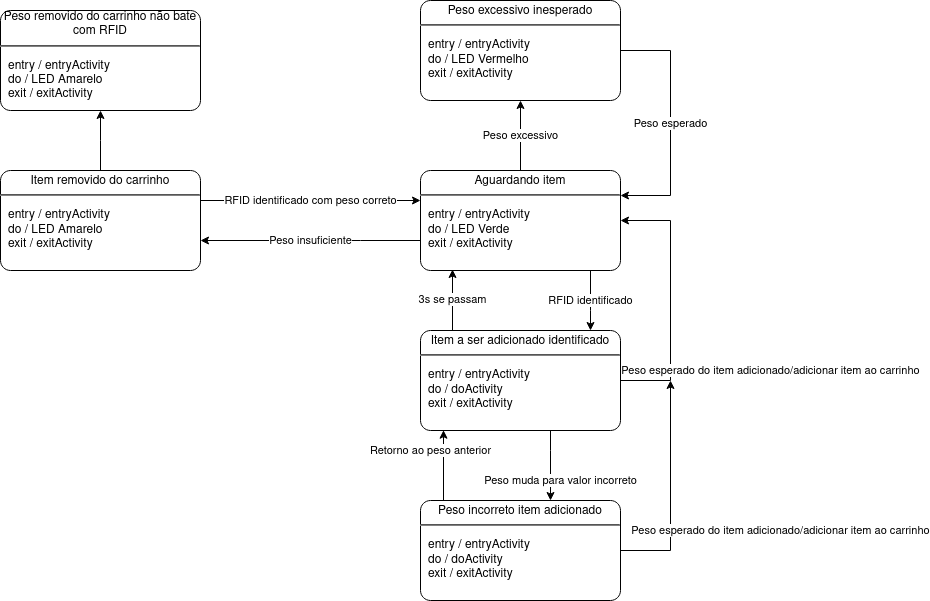
Before: diagrama carrinho gerenciamento compras.png, a diagram exported from draw.io (pedrofrancescon/EasyMarket). Source tidied: cells renumbered, new cells last; positions are measured from the earlier drawing's top-left corner, leaving out a move shared by most shapes.
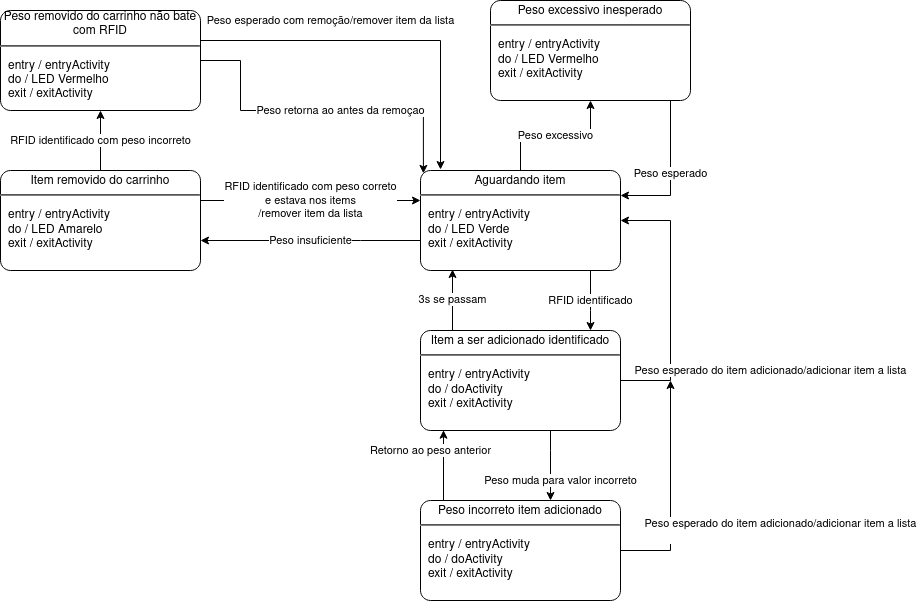
After the change.

Diff of the diagram source:
```diff
@@ -2,7 +2,7 @@
   <root>
     <mxCell id="0" />
     <mxCell id="1" parent="0" />
-    <mxCell id="2" value="RFID identificado com peso correto" style="edgeStyle=orthogonalEdgeStyle;rounded=0;jettySize=auto;html=1;" parent="1" edge="1" source="4" target="11">
+    <mxCell id="2" value="RFID identificado com peso correto &lt;br&gt;e estava nos items&lt;br&gt;/remover item da lista" style="edgeStyle=orthogonalEdgeStyle;rounded=0;jettySize=auto;html=1;" parent="1" edge="1" source="4" target="11">
       <mxGeometry relative="1" as="geometry">
         <Array as="points">
           <mxPoint x="390" y="200" />
@@ -10,13 +10,13 @@
         </Array>
       </mxGeometry>
     </mxCell>
-    <mxCell id="3" style="edgeStyle=elbowEdgeStyle;rounded=0;jettySize=auto;html=1;" parent="1" edge="1" source="4" target="18">
+    <mxCell id="3" value="RFID identificado com peso incorreto" style="edgeStyle=elbowEdgeStyle;rounded=0;jettySize=auto;html=1;" parent="1" edge="1" source="4" target="18">
       <mxGeometry relative="1" as="geometry" />
     </mxCell>
     <mxCell id="4" value="&lt;p style=&quot;margin: 0px ; margin-top: 4px ; text-align: center&quot;&gt;Item removido do carrinho&lt;br&gt;&lt;/p&gt;&lt;hr&gt;&lt;p&gt;&lt;/p&gt;&lt;p style=&quot;margin: 0px ; margin-left: 8px ; text-align: left&quot;&gt;entry / entryActivity&lt;br&gt;do / LED Amarelo&lt;br&gt;exit / exitActivity&lt;/p&gt;" style="shape=mxgraph.sysml.simpleState;html=1;overflow=fill;whiteSpace=wrap;align=center;" parent="1" vertex="1">
       <mxGeometry y="170" width="200" height="100" as="geometry" />
     </mxCell>
-    <mxCell id="5" value="Peso esperado do item adicionado/adicionar item ao carrinho" style="edgeStyle=orthogonalEdgeStyle;rounded=0;jettySize=auto;html=1;" parent="1" edge="1" source="7">
+    <mxCell id="5" value="&lt;div&gt;Peso esperado do item adicionado/adicionar item a lista&lt;/div&gt;&lt;div&gt;&lt;br&gt;&lt;/div&gt;" style="edgeStyle=orthogonalEdgeStyle;rounded=0;jettySize=auto;html=1;" parent="1" edge="1" source="7">
       <mxGeometry x="-0.36" y="-110" relative="1" as="geometry">
         <mxPoint x="670" y="380" as="targetPoint" />
       </mxGeometry>
@@ -56,7 +56,7 @@
     <mxCell id="11" value="&lt;p style=&quot;margin: 0px ; margin-top: 4px ; text-align: center&quot;&gt;Aguardando item&lt;br&gt;&lt;/p&gt;&lt;hr&gt;&lt;p&gt;&lt;/p&gt;&lt;p style=&quot;margin: 0px ; margin-left: 8px ; text-align: left&quot;&gt;entry / entryActivity&lt;br&gt;do / LED Verde&lt;br&gt;exit / exitActivity&lt;/p&gt;" style="shape=mxgraph.sysml.simpleState;html=1;overflow=fill;whiteSpace=wrap;align=center;" parent="1" vertex="1">
       <mxGeometry x="420" y="170" width="200" height="100" as="geometry" />
     </mxCell>
-    <mxCell id="12" value="Peso esperado do item adicionado/adicionar item ao carrinho" style="edgeStyle=orthogonalEdgeStyle;rounded=0;jettySize=auto;html=1;entryX=1;entryY=0.5;entryDx=0;entryDy=0;entryPerimeter=0;" parent="1" edge="1" source="15" target="11">
+    <mxCell id="12" value="Peso esperado do item adicionado/adicionar item a lista" style="edgeStyle=orthogonalEdgeStyle;rounded=0;jettySize=auto;html=1;entryX=1;entryY=0.5;entryDx=0;entryDy=0;entryPerimeter=0;" parent="1" edge="1" source="15" target="11">
       <mxGeometry x="-0.54" y="-100" relative="1" as="geometry">
         <Array as="points">
           <mxPoint x="670" y="380" />
@@ -87,9 +87,25 @@
       </mxGeometry>
     </mxCell>
     <mxCell id="17" value="&lt;p style=&quot;margin: 0px ; margin-top: 4px ; text-align: center&quot;&gt;Peso excessivo inesperado&lt;br&gt;&lt;/p&gt;&lt;hr&gt;&lt;p&gt;&lt;/p&gt;&lt;p style=&quot;margin: 0px ; margin-left: 8px ; text-align: left&quot;&gt;entry / entryActivity&lt;br&gt;do / LED Vermelho&lt;br&gt;exit / exitActivity&lt;/p&gt;" style="shape=mxgraph.sysml.simpleState;html=1;overflow=fill;whiteSpace=wrap;align=center;" parent="1" vertex="1">
-      <mxGeometry x="420" width="200" height="100" as="geometry" />
+      <mxGeometry x="490" width="200" height="100" as="geometry" />
     </mxCell>
+    <mxCell id="19" value="Peso esperado com remoção/remover item da lista" style="edgeStyle=orthogonalEdgeStyle;rounded=0;jettySize=auto;html=1;entryX=0.1;entryY=-0.01;entryDx=0;entryDy=0;entryPerimeter=0;" parent="1" edge="1" source="18" target="11">
+      <mxGeometry x="-0.3" y="20" relative="1" as="geometry">
+        <Array as="points">
+          <mxPoint x="440" y="40" />
+        </Array>
+      </mxGeometry>
+    </mxCell>
+    <mxCell id="20" value="Peso retorna ao antes da remoçao" style="edgeStyle=orthogonalEdgeStyle;rounded=0;jettySize=auto;html=1;entryX=0;entryY=0;entryDx=2.9;entryDy=2.9;entryPerimeter=0;" parent="1" edge="1" source="18" target="11">
+      <mxGeometry x="0.13" relative="1" as="geometry">
+        <Array as="points">
+          <mxPoint x="240" y="60" />
+          <mxPoint x="240" y="110" />
+          <mxPoint x="423" y="110" />
+        </Array>
+      </mxGeometry>
+    </mxCell>
-    <mxCell id="18" value="Peso removido do carrinho não bate com RFID&lt;br&gt;&lt;hr&gt;&lt;p&gt;&lt;/p&gt;&lt;p style=&quot;margin: 0px ; margin-left: 8px ; text-align: left&quot;&gt;entry / entryActivity&lt;br&gt;do / LED Amarelo&lt;br&gt;exit / exitActivity&lt;/p&gt;" style="shape=mxgraph.sysml.simpleState;html=1;overflow=fill;whiteSpace=wrap;align=center;" parent="1" vertex="1">
+    <mxCell id="18" value="Peso removido do carrinho não bate com RFID&lt;br&gt;&lt;hr&gt;&lt;p&gt;&lt;/p&gt;&lt;p style=&quot;margin: 0px ; margin-left: 8px ; text-align: left&quot;&gt;entry / entryActivity&lt;br&gt;do / LED Vermelho&lt;br&gt;exit / exitActivity&lt;/p&gt;" style="shape=mxgraph.sysml.simpleState;html=1;overflow=fill;whiteSpace=wrap;align=center;" parent="1" vertex="1">
       <mxGeometry y="10" width="200" height="100" as="geometry" />
     </mxCell>
   </root>
```
